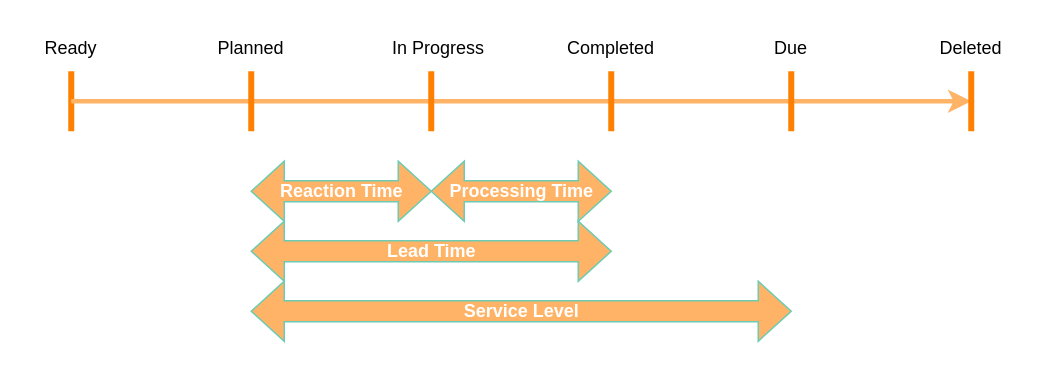
Before: docs/user-guide/static/core-concepts/TimelineGeneral.drawio in ryzheboka/taskana-doc, a draw.io diagram. Source tidied: cells renumbered, new cells numbered last; positions are measured from the earlier drawing's top-left corner, leaving out a move shared by most shapes. Both pictures are drawn from the tidied source at 150%, with x=0, y=0 at pixel (26, 26).
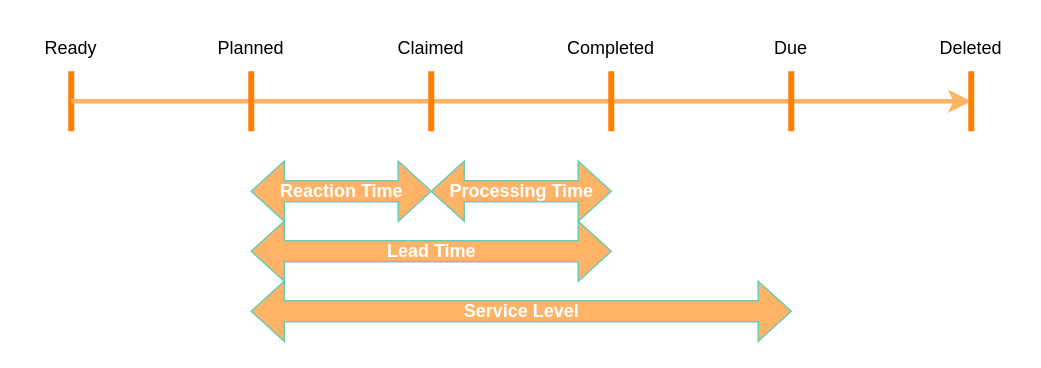
The same diagram, later.

Change to the diagram source:
```diff
@@
-    <mxCell id="5" value="In Progress" style="text;html=1;strokeColor=none;fillColor=none;align=center;verticalAlign=middle;whiteSpace=wrap;rounded=0;" parent="1" vertex="1">
-      <mxGeometry x="240" width="70" height="30" as="geometry" />
+    <mxCell id="5" value="Claimed" style="text;html=1;strokeColor=none;fillColor=none;align=center;verticalAlign=middle;whiteSpace=wrap;rounded=0;" parent="1" vertex="1">
+      <mxGeometry x="235" width="70" height="30" as="geometry" />
     </mxCell>
```
